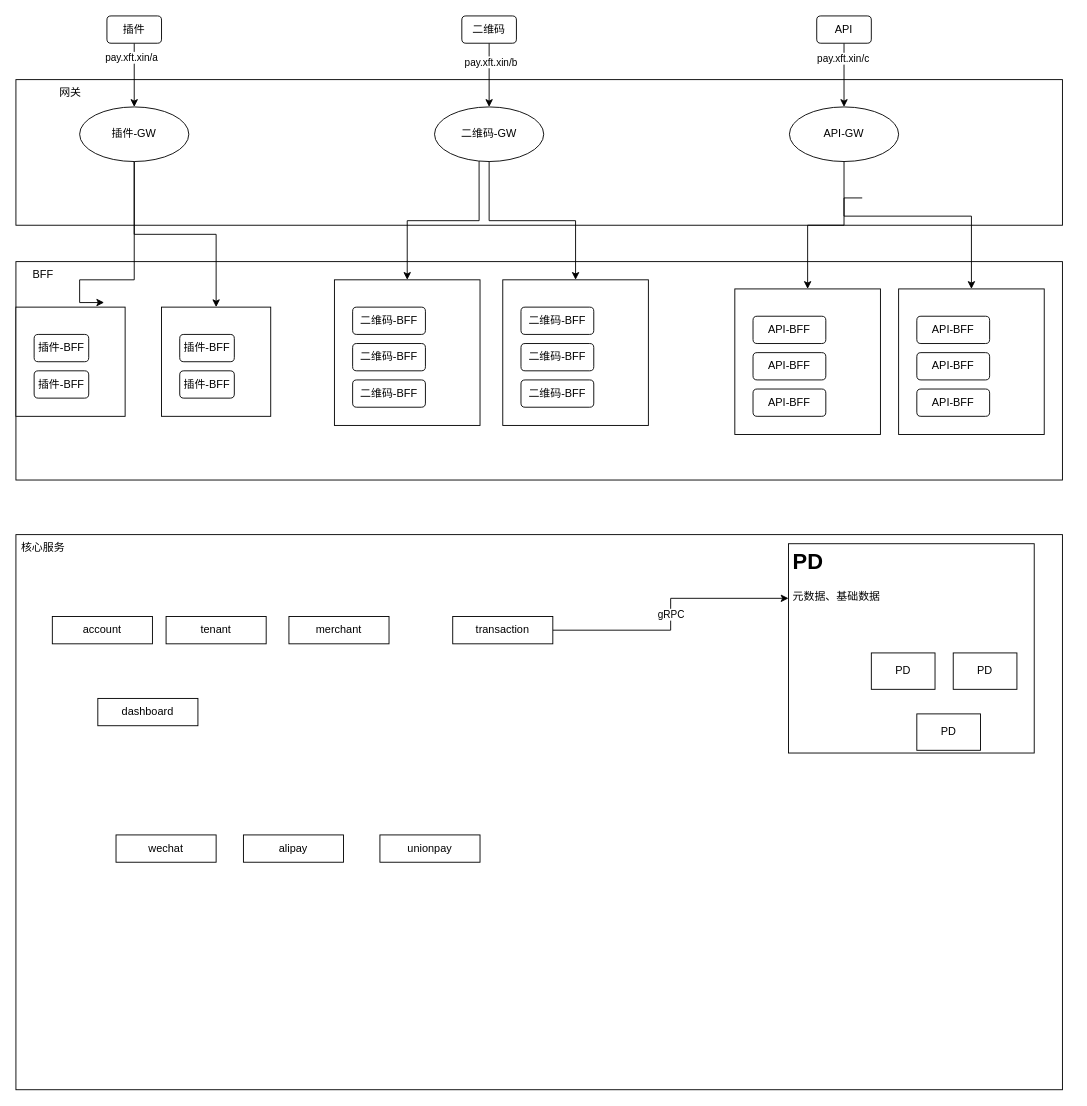
The draw.io diagram page "支付" (4 of 4) of 零售.drawio in duffiye/book, before the edit. Source tidied: cells renumbered, new cells numbered last; positions are measured from the earlier drawing's top-left corner, leaving out a move shared by most shapes. Both pictures are drawn from the tidied source at 91%, with x=0, y=0 at pixel (15, 15).
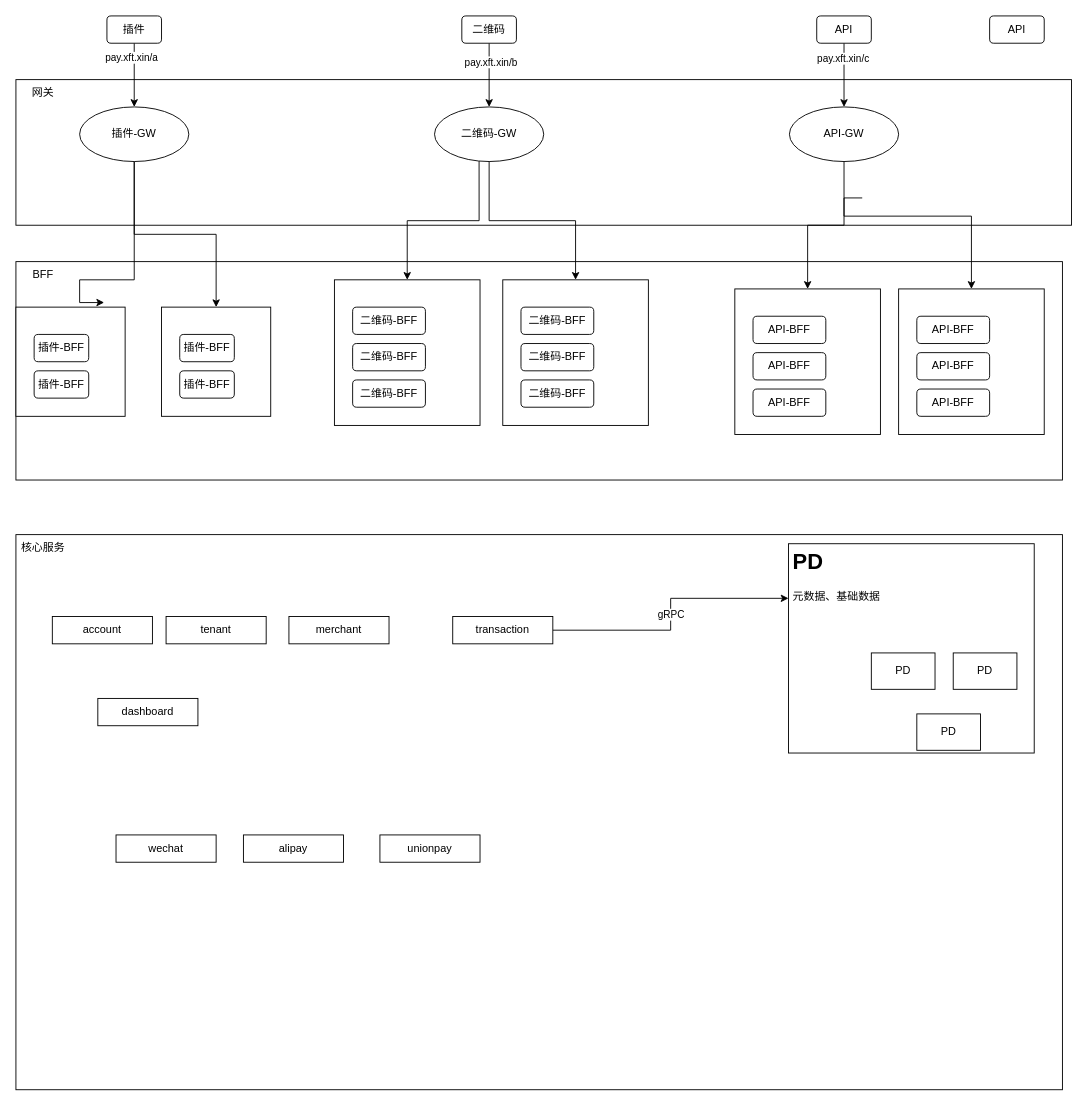
Above is the later version.

Diff of the diagram source:
```diff
@@
     <mxCell id="2" style="rounded=0;whiteSpace=wrap;html=1;" parent="1" vertex="1">
-      <mxGeometry y="70" width="1150" height="160" as="geometry" />
+      <mxGeometry y="70" width="1160" height="160" as="geometry" />
     </mxCell>
@@
     <mxCell id="54" value="网关" style="text;html=1;strokeColor=none;fillColor=none;align=center;verticalAlign=middle;whiteSpace=wrap;rounded=0;" parent="1" vertex="1">
-      <mxGeometry x="30" y="70" width="60" height="30" as="geometry" />
+      <mxGeometry y="70" width="60" height="30" as="geometry" />
     </mxCell>
@@
+    <mxCell id="68" value="API" style="rounded=1;whiteSpace=wrap;html=1;" parent="1" vertex="1">
+      <mxGeometry x="1070" width="60" height="30" as="geometry" />
+    </mxCell>
```
